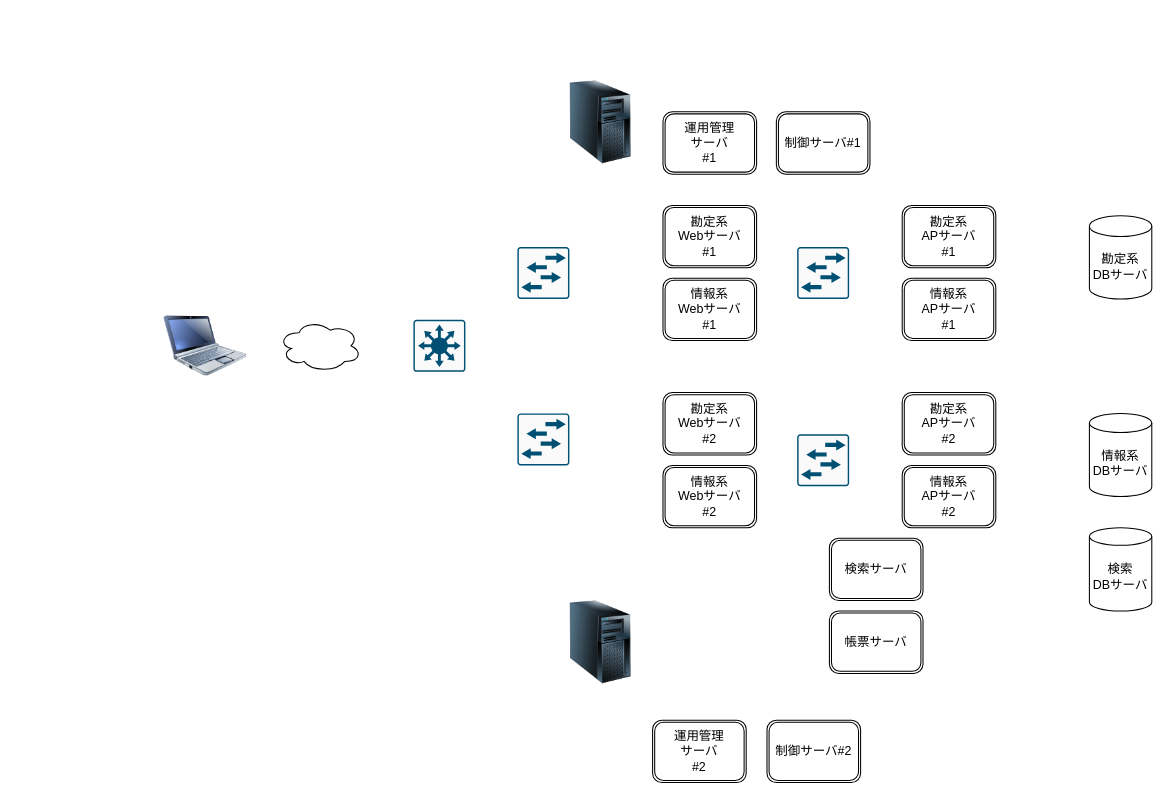
shunikd/sandbox keeps this draw.io diagram as knjo-info-system.drawio. Above is the earlier version. Source tidied: cells renumbered, new cells numbered last; positions are measured from the earlier drawing's top-left corner, leaving out a move shared by most shapes. Both pictures are drawn from the tidied source at 104%, with x=0, y=0 at pixel (163, 80).
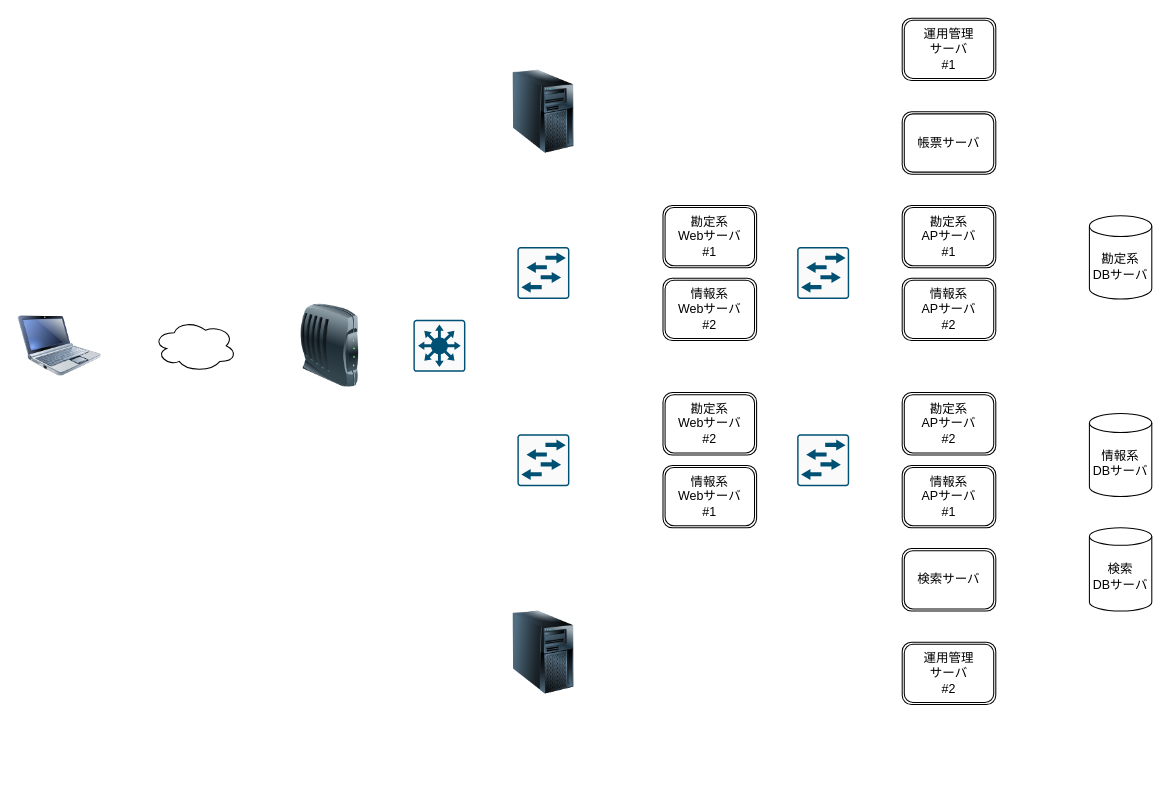
Above is the later version.

Commit message (it also covers changes not shown here):
knjo-info-system.drawio を更新します

Diff of the diagram source:
```diff
@@
     <mxCell id="2" value="&lt;span&gt;情報系&lt;/span&gt;&lt;br&gt;&lt;span&gt;Webサーバ&lt;/span&gt;&lt;br&gt;&lt;span&gt;#1&lt;/span&gt;" style="shape=ext;double=1;rounded=1;whiteSpace=wrap;html=1;" parent="1" vertex="1">
-      <mxGeometry x="480" y="190" width="90" height="60" as="geometry" />
+      <mxGeometry x="480" y="370" width="90" height="60" as="geometry" />
     </mxCell>
     <mxCell id="3" style="image;html=1;image=img/lib/clip_art/computers/Netbook_128x128.png;" parent="1" vertex="1">
-      <mxGeometry y="215" width="80" height="80" as="geometry" />
+      <mxGeometry x="-140" y="215" width="80" height="80" as="geometry" />
     </mxCell>
     <mxCell id="4" style="image;html=1;image=img/lib/clip_art/computers/Server_Tower_128x128.png;" parent="1" vertex="1">
-      <mxGeometry x="380" width="80" height="80" as="geometry" />
+      <mxGeometry x="325" y="-10" width="80" height="80" as="geometry" />
     </mxCell>
     <mxCell id="5" value="&lt;span&gt;情報系&lt;/span&gt;&lt;br&gt;&lt;span&gt;Webサーバ&lt;/span&gt;&lt;br&gt;&lt;span&gt;#2&lt;/span&gt;" style="shape=ext;double=1;rounded=1;whiteSpace=wrap;html=1;" parent="1" vertex="1">
-      <mxGeometry x="480" y="370" width="90" height="60" as="geometry" />
+      <mxGeometry x="480" y="190" width="90" height="60" as="geometry" />
     </mxCell>
@@
     <mxCell id="10" value="検索サーバ" style="shape=ext;double=1;rounded=1;whiteSpace=wrap;html=1;" parent="1" vertex="1">
-      <mxGeometry x="640" y="440" width="90" height="60" as="geometry" />
+      <mxGeometry x="710" y="450" width="90" height="60" as="geometry" />
     </mxCell>
     <mxCell id="11" value="帳票サーバ" style="shape=ext;double=1;rounded=1;whiteSpace=wrap;html=1;" parent="1" vertex="1">
-      <mxGeometry x="640" y="510" width="90" height="60" as="geometry" />
+      <mxGeometry x="710" y="30" width="90" height="60" as="geometry" />
     </mxCell>
@@
     <mxCell id="14" value="運用管理&lt;br&gt;サーバ&lt;br&gt;#1" style="shape=ext;double=1;rounded=1;whiteSpace=wrap;html=1;" parent="1" vertex="1">
-      <mxGeometry x="480" y="30" width="90" height="60" as="geometry" />
+      <mxGeometry x="710" y="-60" width="90" height="60" as="geometry" />
     </mxCell>
-    <mxCell id="15" value="制御サーバ#1" style="shape=ext;double=1;rounded=1;whiteSpace=wrap;html=1;" parent="1" vertex="1">
-      <mxGeometry x="589" y="30" width="90" height="60" as="geometry" />
-    </mxCell>
@@
     <mxCell id="17" value="運用管理&lt;br&gt;サーバ&lt;br&gt;#2" style="shape=ext;double=1;rounded=1;whiteSpace=wrap;html=1;" parent="1" vertex="1">
-      <mxGeometry x="470" y="615" width="90" height="60" as="geometry" />
+      <mxGeometry x="710" y="540" width="90" height="60" as="geometry" />
     </mxCell>
     <mxCell id="18" style="ellipse;shape=cloud;whiteSpace=wrap;html=1;" parent="1" vertex="1">
-      <mxGeometry x="110" y="230" width="80" height="50" as="geometry" />
+      <mxGeometry x="-10" y="230" width="80" height="50" as="geometry" />
     </mxCell>
     <mxCell id="19" style="verticalLabelPosition=bottom;html=1;verticalAlign=top;align=center;shape=mxgraph.cisco19.rect;prIcon=l2_switch;fillColor=#FAFAFA;strokeColor=#005073;" parent="1" vertex="1">
-      <mxGeometry x="340" y="320" width="50" height="50" as="geometry" />
+      <mxGeometry x="340" y="340" width="50" height="50" as="geometry" />
     </mxCell>
     <mxCell id="20" style="image;html=1;image=img/lib/clip_art/computers/Server_Tower_128x128.png;" parent="1" vertex="1">
-      <mxGeometry x="380" y="500" width="80" height="80" as="geometry" />
+      <mxGeometry x="325" y="510" width="80" height="80" as="geometry" />
     </mxCell>
@@
     <mxCell id="22" value="&lt;span&gt;情報系&lt;/span&gt;&lt;br&gt;&lt;span&gt;APサーバ&lt;/span&gt;&lt;br&gt;&lt;span&gt;#1&lt;/span&gt;" style="shape=ext;double=1;rounded=1;whiteSpace=wrap;html=1;" parent="1" vertex="1">
-      <mxGeometry x="710" y="190" width="90" height="60" as="geometry" />
+      <mxGeometry x="710" y="370" width="90" height="60" as="geometry" />
     </mxCell>
@@
     <mxCell id="24" value="&lt;span&gt;情報系&lt;/span&gt;&lt;br&gt;&lt;span&gt;APサーバ&lt;/span&gt;&lt;br&gt;&lt;span&gt;#2&lt;/span&gt;" style="shape=ext;double=1;rounded=1;whiteSpace=wrap;html=1;" parent="1" vertex="1">
-      <mxGeometry x="710" y="370" width="90" height="60" as="geometry" />
+      <mxGeometry x="710" y="190" width="90" height="60" as="geometry" />
     </mxCell>
@@
-    <mxCell id="27" value="制御サーバ#2" style="shape=ext;double=1;rounded=1;whiteSpace=wrap;html=1;" parent="1" vertex="1">
-      <mxGeometry x="580" y="615" width="90" height="60" as="geometry" />
-    </mxCell>
+    <mxCell id="28" style="image;html=1;image=img/lib/clip_art/networking/Modem_128x128.png;" parent="1" vertex="1">
+      <mxGeometry x="120" y="215" width="80" height="80" as="geometry" />
+    </mxCell>
```
